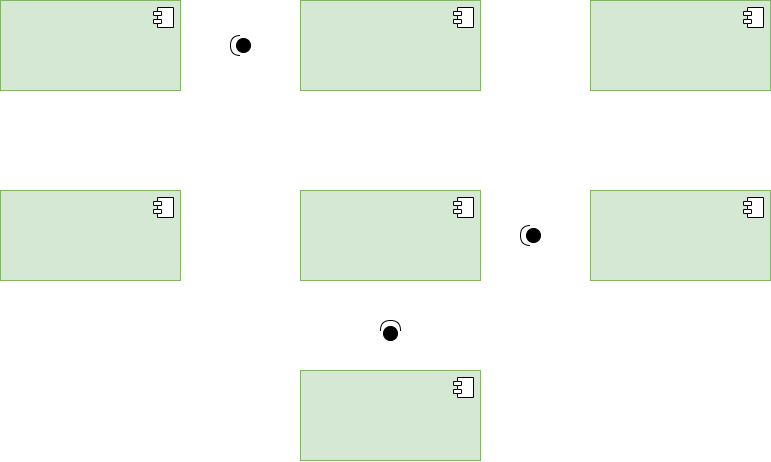
Before: Communicating Architecture/UML Component Diagram/Component Diagram.png, a diagram exported from draw.io (smitbmx/Architecture-Diagrams). Source tidied: cells renumbered, new cells last; positions are measured from the earlier drawing's top-left corner, leaving out a move shared by most shapes.
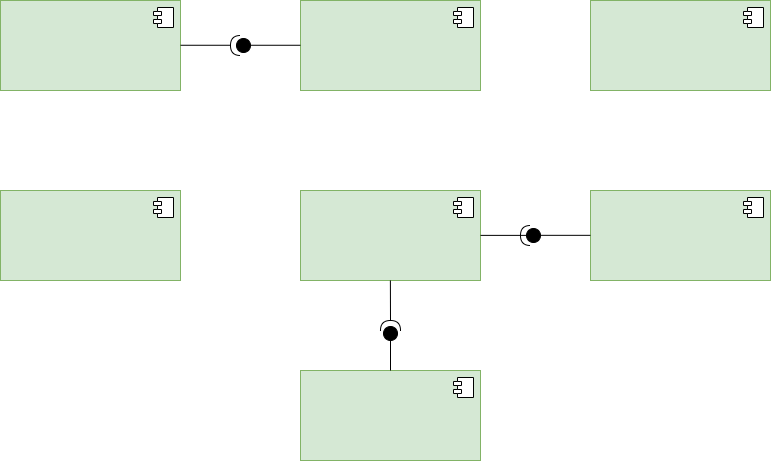
After the change.

Diff of the diagram source:
```diff
@@ -67,5 +67,41 @@
     <mxCell id="18" style="shape=providedRequiredInterface;html=1;verticalLabelPosition=bottom;rotation=-180;fillColor=#000000;" parent="1" vertex="1">
       <mxGeometry x="230" y="35" width="20" height="20" as="geometry" />
     </mxCell>
+    <mxCell id="19" style="endArrow=none;html=1;" parent="1" edge="1">
+      <mxGeometry relative="1" as="geometry">
+        <mxPoint x="180" y="44.8" as="sourcePoint" />
+        <mxPoint x="230" y="44.8" as="targetPoint" />
+      </mxGeometry>
+    </mxCell>
+    <mxCell id="20" style="endArrow=none;html=1;" parent="1" edge="1">
+      <mxGeometry relative="1" as="geometry">
+        <mxPoint x="250" y="44.8" as="sourcePoint" />
+        <mxPoint x="300" y="44.8" as="targetPoint" />
+      </mxGeometry>
+    </mxCell>
+    <mxCell id="21" style="endArrow=none;html=1;" parent="1" edge="1">
+      <mxGeometry relative="1" as="geometry">
+        <mxPoint x="480" y="234.9" as="sourcePoint" />
+        <mxPoint x="530" y="234.9" as="targetPoint" />
+      </mxGeometry>
+    </mxCell>
+    <mxCell id="22" style="endArrow=none;html=1;" parent="1" edge="1">
+      <mxGeometry relative="1" as="geometry">
+        <mxPoint x="540" y="234.8" as="sourcePoint" />
+        <mxPoint x="590" y="234.8" as="targetPoint" />
+      </mxGeometry>
+    </mxCell>
+    <mxCell id="23" style="endArrow=none;html=1;" parent="1" edge="1">
+      <mxGeometry relative="1" as="geometry">
+        <mxPoint x="390" y="320" as="sourcePoint" />
+        <mxPoint x="389.9" y="280" as="targetPoint" />
+      </mxGeometry>
+    </mxCell>
+    <mxCell id="24" style="endArrow=none;html=1;" parent="1" edge="1">
+      <mxGeometry relative="1" as="geometry">
+        <mxPoint x="390" y="370" as="sourcePoint" />
+        <mxPoint x="390" y="340" as="targetPoint" />
+      </mxGeometry>
+    </mxCell>
   </root>
 </mxGraphModel>
```
